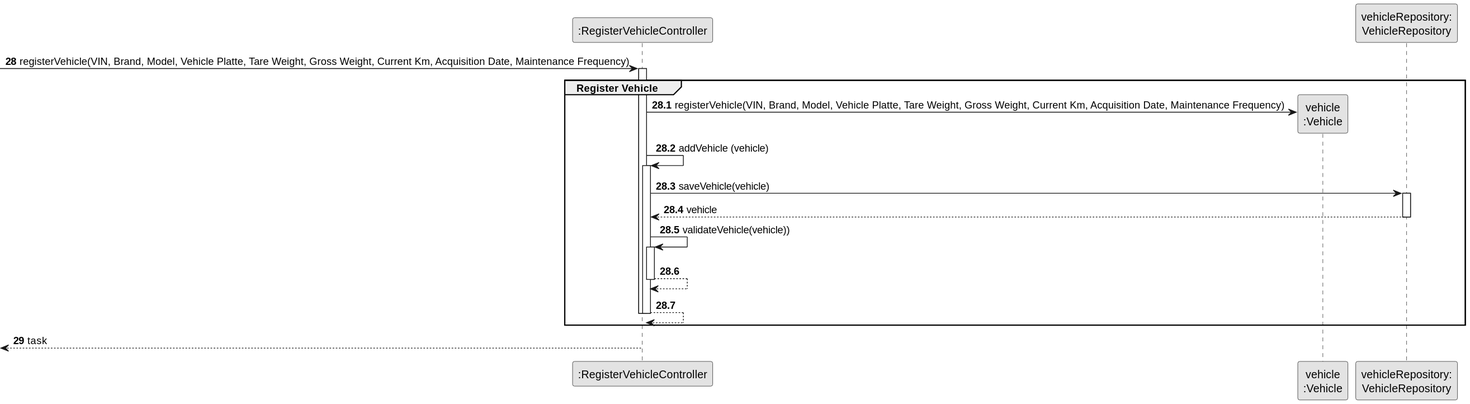
Earlier version of the PlantUML export docs/sprintB/us006/03.design/svg/us006-sequence-diagram-partial-register-vehicle.svg (ricardomm7/leaflink).
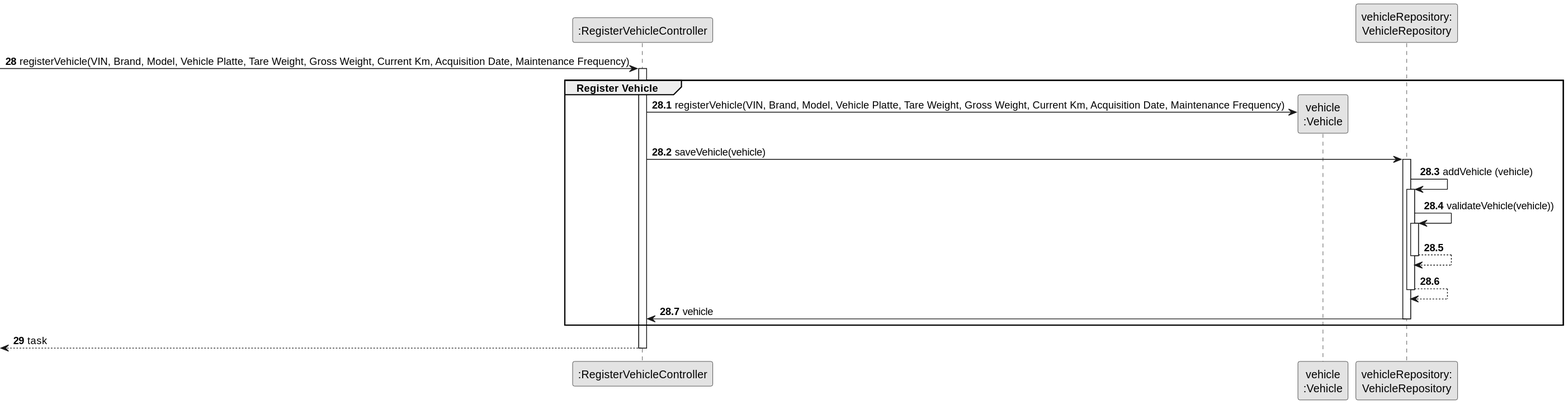
The same diagram one commit later.

What changed in the source:
```diff
@@ -16,24 +16,24 @@
 
         CTRL -> VEI**: registerVehicle(VIN, Brand, Model, Vehicle Platte, Tare Weight, Gross Weight, Current Km, Acquisition Date, Maintenance Frequency)
 
-                    CTRL -> CTRL: addVehicle (vehicle)
-                    activate CTRL
+            CTRL -> VehicleRepository : saveVehicle(vehicle)
+            activate VehicleRepository
 
-                        CTRL -> VehicleRepository : saveVehicle(vehicle)
+                VehicleRepository -> VehicleRepository: addVehicle (vehicle)
+                activate VehicleRepository
 
-                        activate VehicleRepository
+                VehicleRepository -> VehicleRepository: validateVehicle(vehicle))
+                activate VehicleRepository
 
-                            VehicleRepository --> CTRL : vehicle
-                        deactivate VehicleRepository
+                VehicleRepository --> VehicleRepository
+                deactivate VehicleRepository
 
-                        CTRL -> CTRL: validateVehicle(vehicle))
-                        activate CTRL
-                            CTRL --> CTRL
-                        deactivate CTRL
-                        CTRL --> CTRL
-                    deactivate CTRL
+                VehicleRepository --> VehicleRepository
+                deactivate VehicleRepository
 
-                deactivate CTRL
+            VehicleRepository -> CTRL: vehicle
+            deactivate VehicleRepository
+
     end
 
     autonumber 29
```
